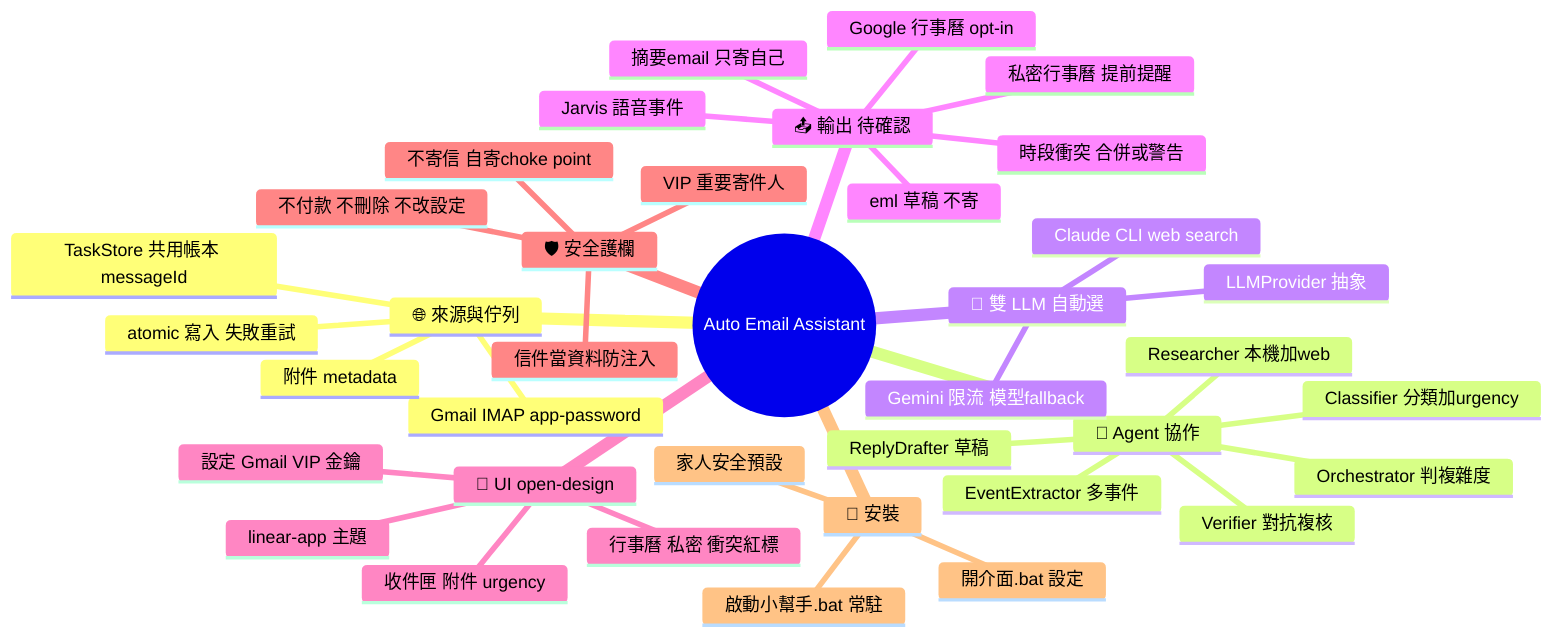
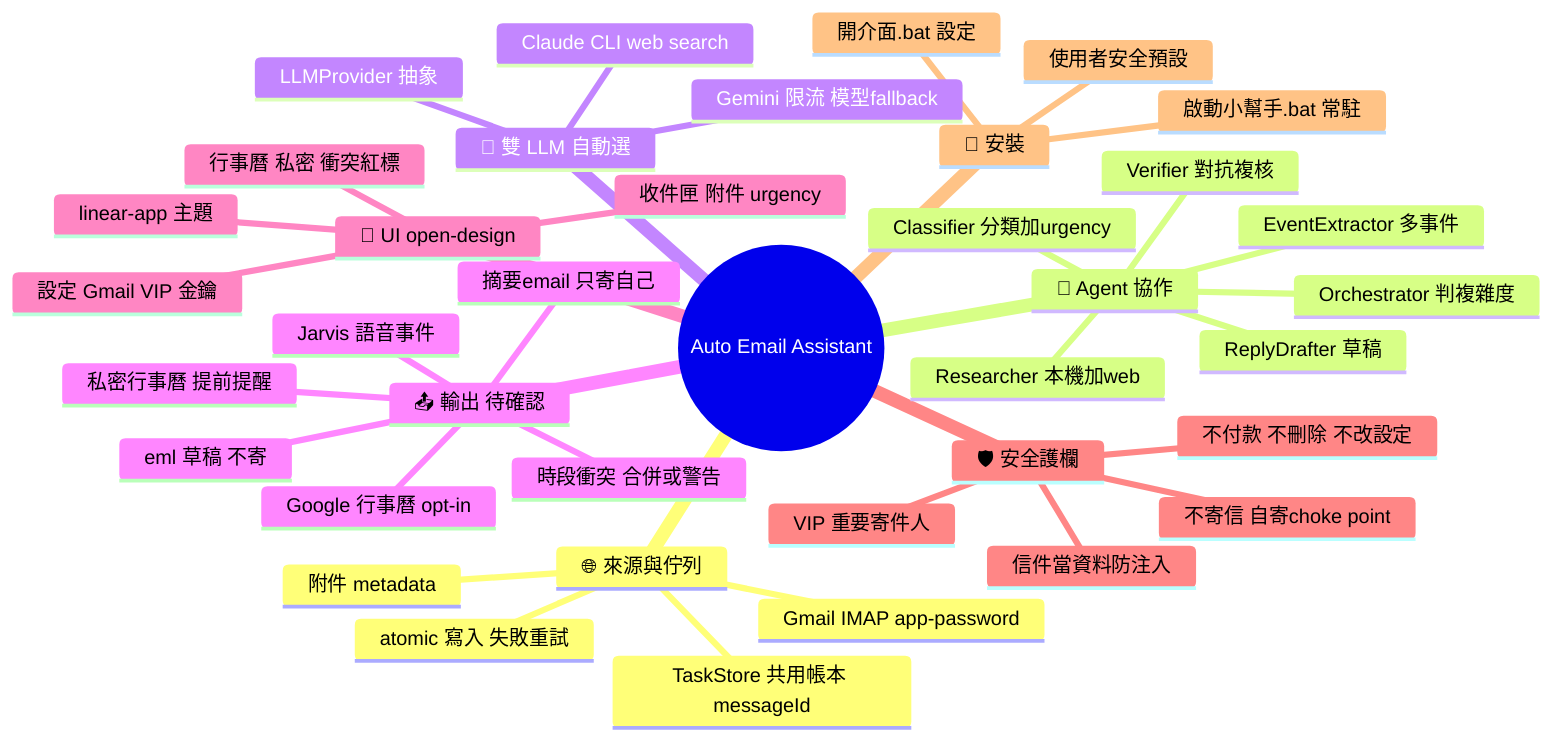
mindmap
  root((Auto Email Assistant))
    🌐 來源與佇列
      Gmail IMAP app-password
      附件 metadata
      TaskStore 共用帳本 messageId
      atomic 寫入 失敗重試
    🤝 Agent 協作
      Orchestrator 判複雜度
      Classifier 分類加urgency
      EventExtractor 多事件
      Researcher 本機加web
      ReplyDrafter 草稿
      Verifier 對抗複核
    🧠 雙 LLM 自動選
      Gemini 限流 模型fallback
      Claude CLI web search
      LLMProvider 抽象
    📤 輸出 待確認
      私密行事曆 提前提醒
      時段衝突 合併或警告
      Google 行事曆 opt-in
      eml 草稿 不寄
      摘要email 只寄自己
      Jarvis 語音事件
    🎨 UI open-design
      linear-app 主題
      收件匣 附件 urgency
      行事曆 私密 衝突紅標
      設定 Gmail VIP 金鑰
    🛡️ 安全護欄
      不寄信 自寄choke point
      不付款 不刪除 不改設定
      信件當資料防注入
      VIP 重要寄件人
    🚀 安裝
      開介面.bat 設定
      啟動小幫手.bat 常駐
-       家人安全預設
+       使用者安全預設
